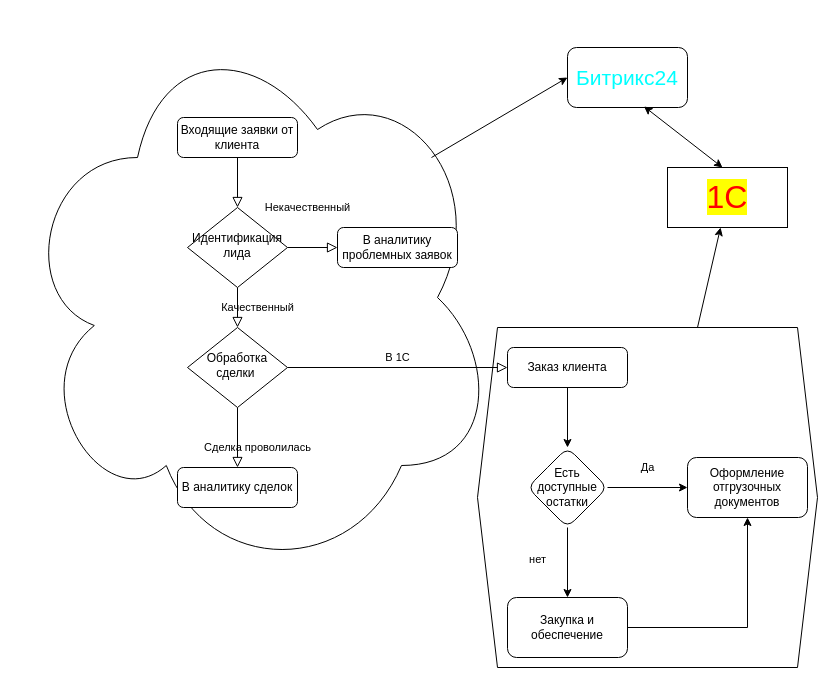
sk-business-set/myUnf keeps this draw.io diagram as Untitled Diagram.drawio. Above is the earlier version. Source tidied: cells renumbered, new cells numbered last; positions are measured from the earlier drawing's top-left corner, leaving out a move shared by most shapes. Both pictures are drawn from the tidied source at 100%, with x=0, y=0 at pixel (17, 17).
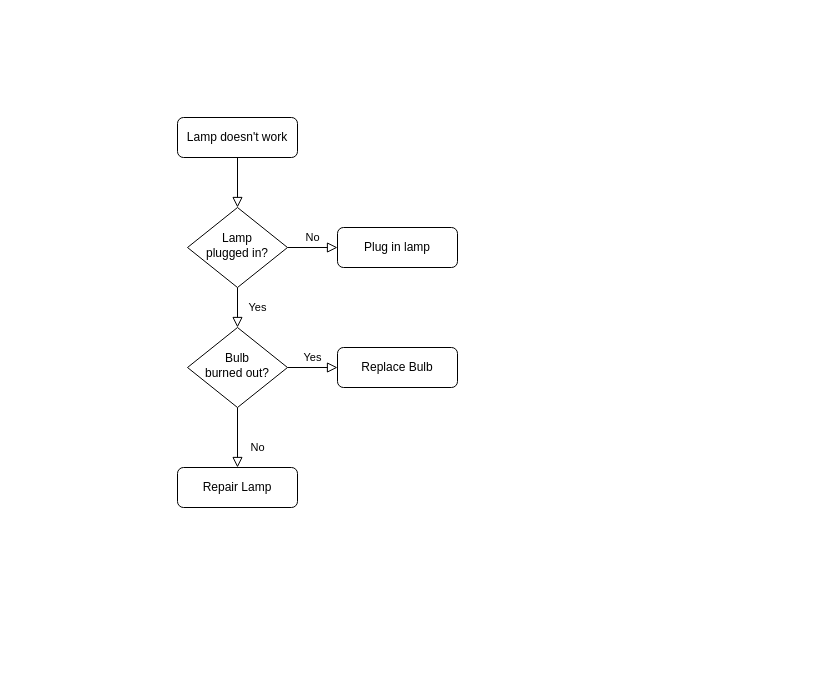
Above is the later version.

Diff of the diagram source:
```diff
@@
-    <mxCell id="2" style="shape=hexagon;perimeter=hexagonPerimeter2;whiteSpace=wrap;html=1;fixedSize=1;" parent="1" vertex="1">
-      <mxGeometry x="460" y="310" width="340" height="340" as="geometry" />
-    </mxCell>
-    <mxCell id="3" style="ellipse;shape=cloud;whiteSpace=wrap;html=1;" parent="1" vertex="1">
-      <mxGeometry width="480" height="560" as="geometry" />
-    </mxCell>
@@
-    <mxCell id="5" value="Входящие заявки от клиента" style="rounded=1;whiteSpace=wrap;html=1;fontSize=12;glass=0;strokeWidth=1;shadow=0;" parent="1" vertex="1">
+    <mxCell id="5" value="Lamp doesn't work" style="rounded=1;whiteSpace=wrap;html=1;fontSize=12;glass=0;strokeWidth=1;shadow=0;" parent="1" vertex="1">
       <mxGeometry x="160" y="100" width="120" height="40" as="geometry" />
     </mxCell>
-    <mxCell id="6" value="Качественный" style="rounded=0;html=1;jettySize=auto;fontSize=11;endArrow=block;endFill=0;endSize=8;strokeWidth=1;shadow=0;labelBackgroundColor=none;edgeStyle=orthogonalEdgeStyle;" parent="1" edge="1" source="8" target="12">
+    <mxCell id="6" value="Yes" style="rounded=0;html=1;jettySize=auto;fontSize=11;endArrow=block;endFill=0;endSize=8;strokeWidth=1;shadow=0;labelBackgroundColor=none;edgeStyle=orthogonalEdgeStyle;" parent="1" edge="1" source="8" target="12">
       <mxGeometry y="20" relative="1" as="geometry" />
     </mxCell>
-    <mxCell id="7" value="Некачественный" style="edgeStyle=orthogonalEdgeStyle;rounded=0;html=1;jettySize=auto;fontSize=11;endArrow=block;endFill=0;endSize=8;strokeWidth=1;shadow=0;labelBackgroundColor=none;" parent="1" edge="1" source="8" target="9">
-      <mxGeometry x="-0.2" y="40" relative="1" as="geometry" />
+    <mxCell id="7" value="No" style="edgeStyle=orthogonalEdgeStyle;rounded=0;html=1;jettySize=auto;fontSize=11;endArrow=block;endFill=0;endSize=8;strokeWidth=1;shadow=0;labelBackgroundColor=none;" parent="1" edge="1" source="8" target="9">
+      <mxGeometry y="10" relative="1" as="geometry" />
     </mxCell>
-    <mxCell id="8" value="Идентификация лида" style="rhombus;whiteSpace=wrap;html=1;shadow=0;fontFamily=Helvetica;fontSize=12;align=center;strokeWidth=1;spacing=6;spacingTop=-4;" parent="1" vertex="1">
+    <mxCell id="8" value="Lamp&lt;br&gt;plugged in?" style="rhombus;whiteSpace=wrap;html=1;shadow=0;fontFamily=Helvetica;fontSize=12;align=center;strokeWidth=1;spacing=6;spacingTop=-4;" parent="1" vertex="1">
       <mxGeometry x="170" y="190" width="100" height="80" as="geometry" />
     </mxCell>
-    <mxCell id="9" value="В аналитику проблемных заявок" style="rounded=1;whiteSpace=wrap;html=1;fontSize=12;glass=0;strokeWidth=1;shadow=0;" parent="1" vertex="1">
+    <mxCell id="9" value="Plug in lamp" style="rounded=1;whiteSpace=wrap;html=1;fontSize=12;glass=0;strokeWidth=1;shadow=0;" parent="1" vertex="1">
       <mxGeometry x="320" y="210" width="120" height="40" as="geometry" />
     </mxCell>
-    <mxCell id="10" value="Сделка проволилась" style="rounded=0;html=1;jettySize=auto;fontSize=11;endArrow=block;endFill=0;endSize=8;strokeWidth=1;shadow=0;labelBackgroundColor=none;edgeStyle=orthogonalEdgeStyle;" parent="1" edge="1" source="12" target="13">
+    <mxCell id="10" value="No" style="rounded=0;html=1;jettySize=auto;fontSize=11;endArrow=block;endFill=0;endSize=8;strokeWidth=1;shadow=0;labelBackgroundColor=none;edgeStyle=orthogonalEdgeStyle;" parent="1" edge="1" source="12" target="13">
       <mxGeometry x="0.33" y="20" relative="1" as="geometry" />
     </mxCell>
-    <mxCell id="11" value="В 1С" style="edgeStyle=orthogonalEdgeStyle;rounded=0;html=1;jettySize=auto;fontSize=11;endArrow=block;endFill=0;endSize=8;strokeWidth=1;shadow=0;labelBackgroundColor=none;" parent="1" edge="1" source="12" target="15">
+    <mxCell id="11" value="Yes" style="edgeStyle=orthogonalEdgeStyle;rounded=0;html=1;jettySize=auto;fontSize=11;endArrow=block;endFill=0;endSize=8;strokeWidth=1;shadow=0;labelBackgroundColor=none;" parent="1" edge="1" source="12" target="15">
       <mxGeometry y="10" relative="1" as="geometry" />
     </mxCell>
-    <mxCell id="12" value="Обработка сделки&amp;nbsp;" style="rhombus;whiteSpace=wrap;html=1;shadow=0;fontFamily=Helvetica;fontSize=12;align=center;strokeWidth=1;spacing=6;spacingTop=-4;" parent="1" vertex="1">
+    <mxCell id="12" value="Bulb&lt;br&gt;burned out?" style="rhombus;whiteSpace=wrap;html=1;shadow=0;fontFamily=Helvetica;fontSize=12;align=center;strokeWidth=1;spacing=6;spacingTop=-4;" parent="1" vertex="1">
       <mxGeometry x="170" y="310" width="100" height="80" as="geometry" />
     </mxCell>
-    <mxCell id="13" value="В аналитику сделок" style="rounded=1;whiteSpace=wrap;html=1;fontSize=12;glass=0;strokeWidth=1;shadow=0;" parent="1" vertex="1">
+    <mxCell id="13" value="Repair Lamp" style="rounded=1;whiteSpace=wrap;html=1;fontSize=12;glass=0;strokeWidth=1;shadow=0;" parent="1" vertex="1">
       <mxGeometry x="160" y="450" width="120" height="40" as="geometry" />
     </mxCell>
-    <mxCell id="14" style="edgeStyle=orthogonalEdgeStyle;rounded=0;jettySize=auto;html=1;" parent="1" edge="1" source="15" target="18">
-      <mxGeometry relative="1" as="geometry" />
-    </mxCell>
-    <mxCell id="15" value="Заказ клиента" style="rounded=1;whiteSpace=wrap;html=1;fontSize=12;glass=0;strokeWidth=1;shadow=0;" parent="1" vertex="1">
-      <mxGeometry x="490" y="330" width="120" height="40" as="geometry" />
+    <mxCell id="15" value="Replace Bulb" style="rounded=1;whiteSpace=wrap;html=1;fontSize=12;glass=0;strokeWidth=1;shadow=0;" parent="1" vertex="1">
+      <mxGeometry x="320" y="330" width="120" height="40" as="geometry" />
     </mxCell>
-    <mxCell id="16" value="Да" style="edgeStyle=orthogonalEdgeStyle;rounded=0;jettySize=auto;html=1;" parent="1" edge="1" source="18" target="19">
-      <mxGeometry y="20" relative="1" as="geometry" />
-    </mxCell>
-    <mxCell id="17" value="нет" style="edgeStyle=orthogonalEdgeStyle;rounded=0;jettySize=auto;html=1;" parent="1" edge="1" source="18" target="21">
-      <mxGeometry x="-0.08" y="-30" relative="1" as="geometry" />
-    </mxCell>
-    <mxCell id="18" value="Есть доступные остатки" style="rhombus;whiteSpace=wrap;html=1;rounded=1;shadow=0;strokeWidth=1;glass=0;" parent="1" vertex="1">
-      <mxGeometry x="510" y="430" width="80" height="80" as="geometry" />
-    </mxCell>
-    <mxCell id="19" value="Оформление отгрузочных документов" style="whiteSpace=wrap;html=1;rounded=1;shadow=0;strokeWidth=1;glass=0;" parent="1" vertex="1">
-      <mxGeometry x="670" y="440" width="120" height="60" as="geometry" />
-    </mxCell>
-    <mxCell id="20" style="edgeStyle=orthogonalEdgeStyle;rounded=0;jettySize=auto;html=1;exitX=1;exitY=0.5;exitDx=0;exitDy=0;entryX=0.5;entryY=1;entryDx=0;entryDy=0;" parent="1" edge="1" source="21" target="19">
-      <mxGeometry relative="1" as="geometry" />
-    </mxCell>
-    <mxCell id="21" value="Закупка и обеспечение" style="whiteSpace=wrap;html=1;rounded=1;shadow=0;strokeWidth=1;glass=0;" parent="1" vertex="1">
-      <mxGeometry x="490" y="580" width="120" height="60" as="geometry" />
-    </mxCell>
-    <mxCell id="22" value="&lt;font style=&quot;font-size: 21px&quot; color=&quot;#00ffff&quot;&gt;Битрикс24&lt;/font&gt;" style="rounded=1;whiteSpace=wrap;html=1;" parent="1" vertex="1">
-      <mxGeometry x="550" y="30" width="120" height="60" as="geometry" />
-    </mxCell>
-    <mxCell id="23" style="endArrow=classic;html=1;" parent="1" edge="1" target="24">
-      <mxGeometry relative="1" as="geometry">
-        <mxPoint x="680" y="310" as="sourcePoint" />
-      </mxGeometry>
-    </mxCell>
-    <mxCell id="24" value="&lt;font style=&quot;font-size: 32px ; background-color: rgb(255 , 255 , 0)&quot; color=&quot;#ff0000&quot;&gt;1С&lt;/font&gt;" style="rounded=0;whiteSpace=wrap;html=1;" parent="1" vertex="1">
-      <mxGeometry x="650" y="150" width="120" height="60" as="geometry" />
-    </mxCell>
-    <mxCell id="25" style="endArrow=classic;startArrow=classic;html=1;entryX=0.637;entryY=0.982;entryDx=0;entryDy=0;entryPerimeter=0;" parent="1" edge="1" target="22">
-      <mxGeometry relative="1" as="geometry">
-        <mxPoint x="705" y="150" as="sourcePoint" />
-      </mxGeometry>
-    </mxCell>
-    <mxCell id="26" style="endArrow=classic;html=1;entryX=0;entryY=0.5;entryDx=0;entryDy=0;" parent="1" edge="1" target="22">
-      <mxGeometry relative="1" as="geometry">
-        <mxPoint x="414" y="140" as="sourcePoint" />
-      </mxGeometry>
-    </mxCell>
```
